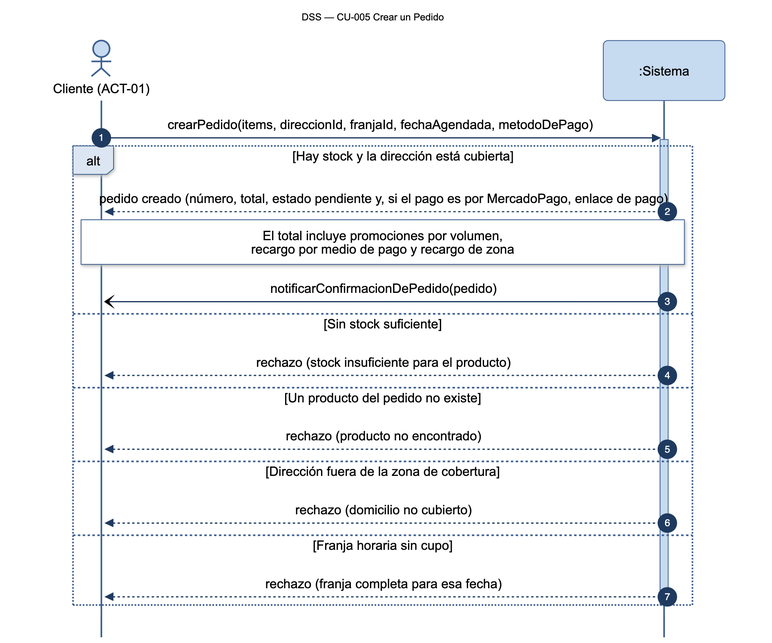
Earlier version of the Mermaid export diagramas/png/DSS_CU-005_Crear-un-Pedido.png (Nahuelito-Dev/splg-docs). Its source is kept beside it as diagramas/DSS_CU-005_Crear-un-Pedido.mmd. Its diagram source:
```mermaid
sequenceDiagram
    title DSS — CU-005 Crear un Pedido
    autonumber
    actor CLI as Cliente (ACT-01)
    participant SIS as :Sistema

    CLI->>SIS: crearPedido(items, direccionId, franjaId, fechaAgendada, metodoDePago)
    activate SIS
    alt Hay stock y la dirección está cubierta
        SIS-->>CLI: pedido creado (número, total, estado pendiente y, si el pago es por MercadoPago, enlace de pago)
        Note over CLI,SIS: El total incluye promociones por volumen,<br/>recargo por medio de pago y recargo de zona
        SIS-)CLI: notificarConfirmacionDePedido(pedido)
    else Sin stock suficiente
        SIS-->>CLI: rechazo (stock insuficiente para el producto)
    else Un producto del pedido no existe
        SIS-->>CLI: rechazo (producto no encontrado)
    else Dirección fuera de la zona de cobertura
        SIS-->>CLI: rechazo (domicilio no cubierto)
    else Franja horaria sin cupo
        SIS-->>CLI: rechazo (franja completa para esa fecha)
    end
    deactivate SIS
```
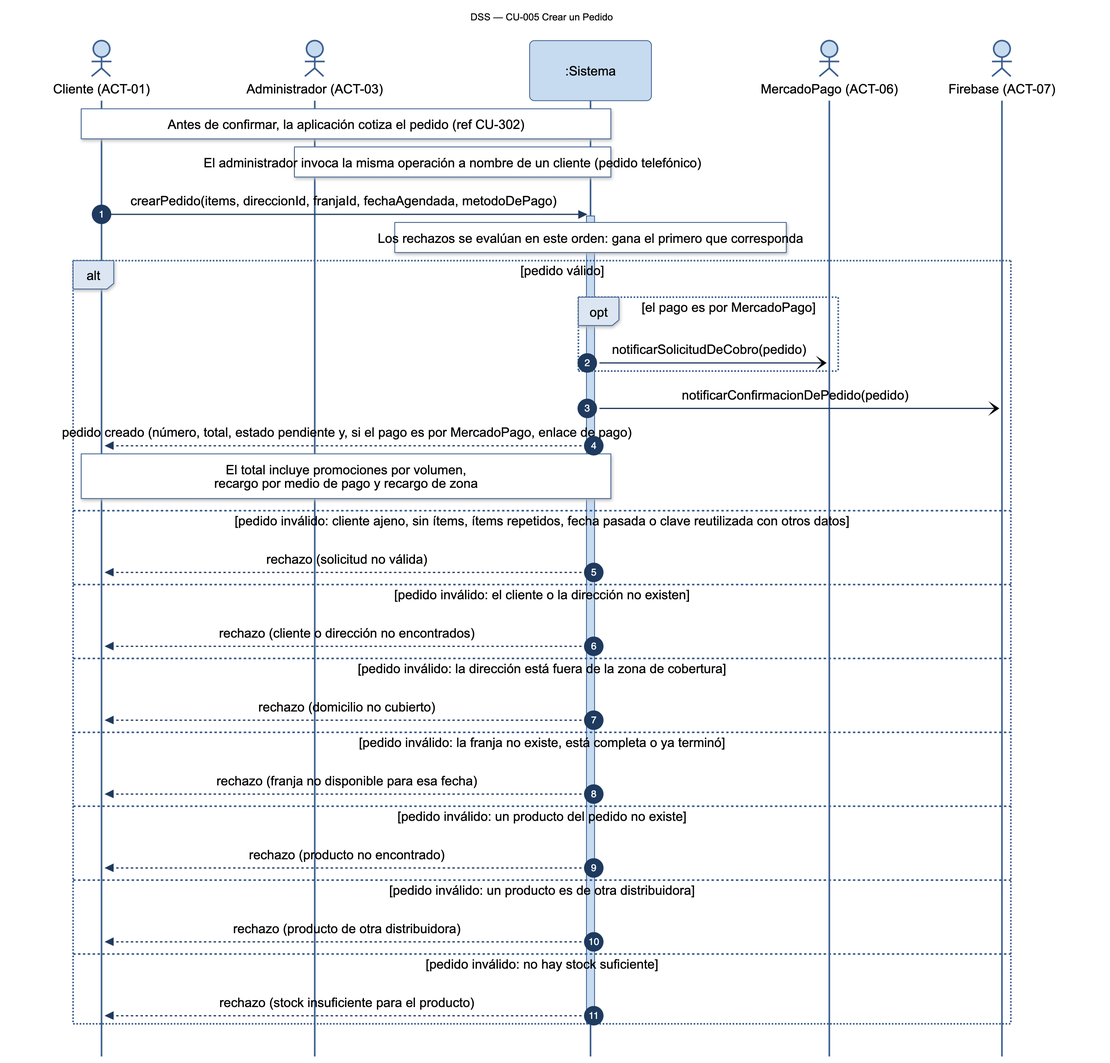
After the change.

Change to the diagram source:
```diff
@@ -2,21 +2,36 @@
     title DSS — CU-005 Crear un Pedido
     autonumber
     actor CLI as Cliente (ACT-01)
+    actor ADM as Administrador (ACT-03)
     participant SIS as :Sistema
+    actor MPA as MercadoPago (ACT-06)
+    actor FIR as Firebase (ACT-07)
 
+    Note over CLI,SIS: Antes de confirmar, la aplicación cotiza el pedido (ref CU-302)
+    Note over ADM,SIS: El administrador invoca la misma operación a nombre de un cliente (pedido telefónico)
     CLI->>SIS: crearPedido(items, direccionId, franjaId, fechaAgendada, metodoDePago)
     activate SIS
-    alt Hay stock y la dirección está cubierta
+    Note over SIS: Los rechazos se evalúan en este orden: gana el primero que corresponda
+    alt pedido válido
+        opt el pago es por MercadoPago
+            SIS-)MPA: notificarSolicitudDeCobro(pedido)
+        end
+        SIS-)FIR: notificarConfirmacionDePedido(pedido)
         SIS-->>CLI: pedido creado (número, total, estado pendiente y, si el pago es por MercadoPago, enlace de pago)
         Note over CLI,SIS: El total incluye promociones por volumen,<br/>recargo por medio de pago y recargo de zona
-        SIS-)CLI: notificarConfirmacionDePedido(pedido)
-    else Sin stock suficiente
+    else pedido inválido: cliente ajeno, sin ítems, ítems repetidos, fecha pasada o clave reutilizada con otros datos
+        SIS-->>CLI: rechazo (solicitud no válida)
+    else pedido inválido: el cliente o la dirección no existen
+        SIS-->>CLI: rechazo (cliente o dirección no encontrados)
+    else pedido inválido: la dirección está fuera de la zona de cobertura
+        SIS-->>CLI: rechazo (domicilio no cubierto)
+    else pedido inválido: la franja no existe, está completa o ya terminó
+        SIS-->>CLI: rechazo (franja no disponible para esa fecha)
+    else pedido inválido: un producto del pedido no existe
+        SIS-->>CLI: rechazo (producto no encontrado)
+    else pedido inválido: un producto es de otra distribuidora
+        SIS-->>CLI: rechazo (producto de otra distribuidora)
+    else pedido inválido: no hay stock suficiente
         SIS-->>CLI: rechazo (stock insuficiente para el producto)
-    else Un producto del pedido no existe
-        SIS-->>CLI: rechazo (producto no encontrado)
-    else Dirección fuera de la zona de cobertura
-        SIS-->>CLI: rechazo (domicilio no cubierto)
-    else Franja horaria sin cupo
-        SIS-->>CLI: rechazo (franja completa para esa fecha)
     end
     deactivate SIS
```
